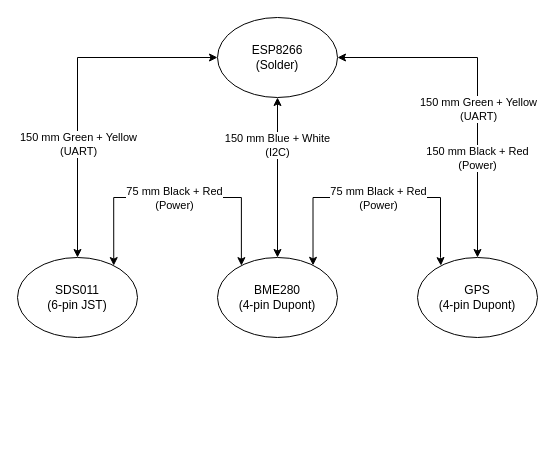
Before: images/source/wiring.drawio in basilfx/Sensor-Community-Enclosure, a draw.io diagram. Source tidied: cells renumbered, new cells numbered last; positions are measured from the earlier drawing's top-left corner, leaving out a move shared by most shapes. Both pictures are drawn from the tidied source at 100%, with x=0, y=0 at pixel (17, 17).
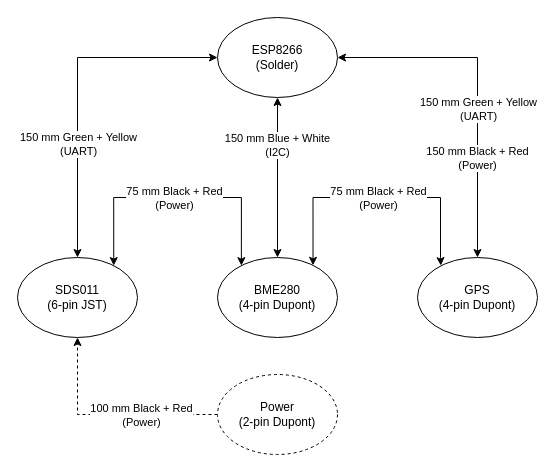
Above is the later version.

Commit message (it also covers changes not shown here):
Update wiring to include external power input

Unchanged cells that the change refers to:
```xml
<mxCell id="6" value="SDS011&lt;br&gt;(6-pin JST)" style="ellipse;whiteSpace=wrap;html=1;" parent="1" vertex="1">
  <mxGeometry y="240" width="120" height="80" as="geometry" />
</mxCell>
```

What changed in the source:
```diff
@@
+    <mxCell id="17" style="edgeStyle=orthogonalEdgeStyle;rounded=0;jettySize=auto;html=1;entryX=0.5;entryY=1;entryDx=0;entryDy=0;startArrow=none;startFill=0;exitX=0;exitY=0.5;exitDx=0;exitDy=0;dashed=1;" parent="1" edge="1" source="19" target="6">
+      <mxGeometry relative="1" as="geometry">
+        <Array as="points">
+          <mxPoint x="60" y="397" />
+        </Array>
+      </mxGeometry>
+    </mxCell>
+    <mxCell id="18" value="100 mm Black + Red&lt;br&gt;(Power)" style="edgeLabel;html=1;align=center;verticalAlign=middle;" parent="17" vertex="1">
+      <mxGeometry x="-0.03" relative="1" as="geometry">
+        <mxPoint x="28" as="offset" />
+      </mxGeometry>
+    </mxCell>
+    <mxCell id="19" value="Power&lt;br&gt;(2-pin Dupont)" style="ellipse;whiteSpace=wrap;html=1;dashed=1;" parent="1" vertex="1">
+      <mxGeometry x="200" y="357" width="120" height="80" as="geometry" />
+    </mxCell>
```
